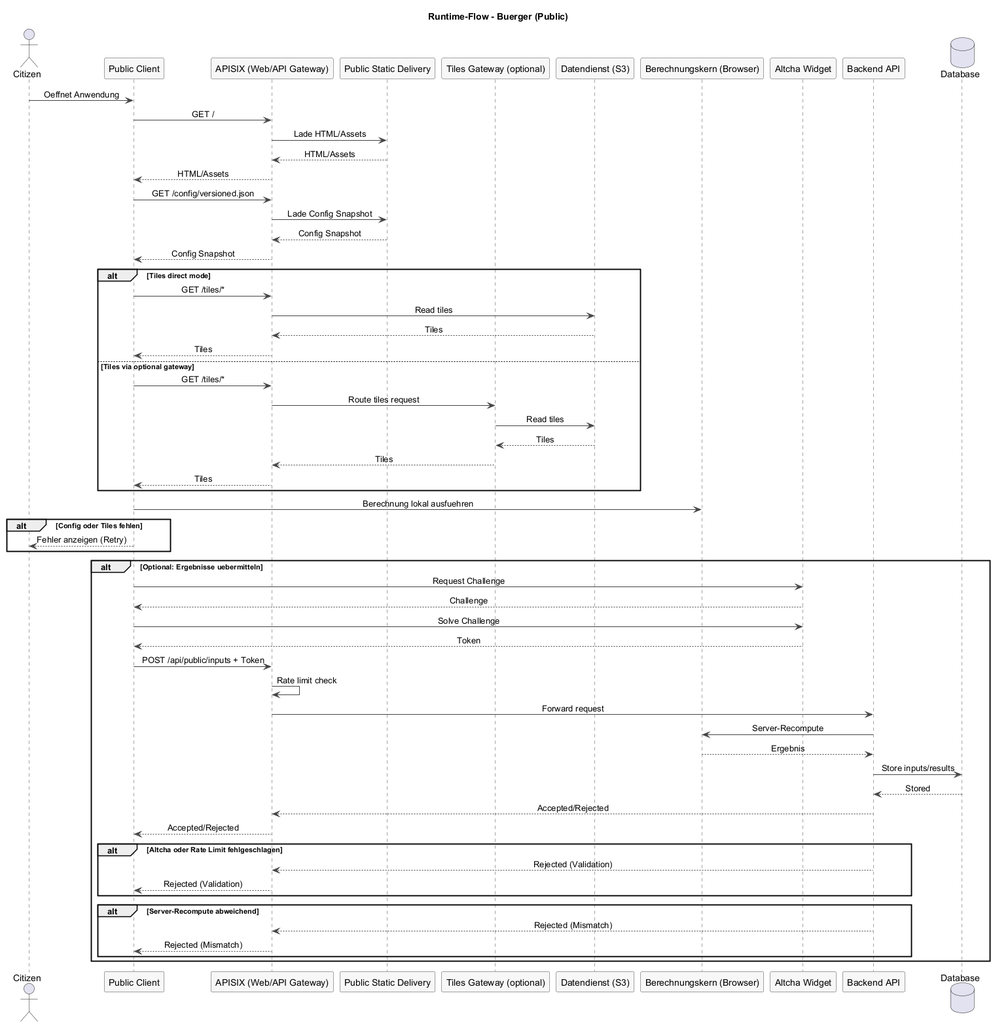
Above: docs/architecture/attachments/runtime-flow-public.png in csi-FOXBYTE/Regensburg_DigitalerEnergieZwilling_Backend (PlantUML), before the change.
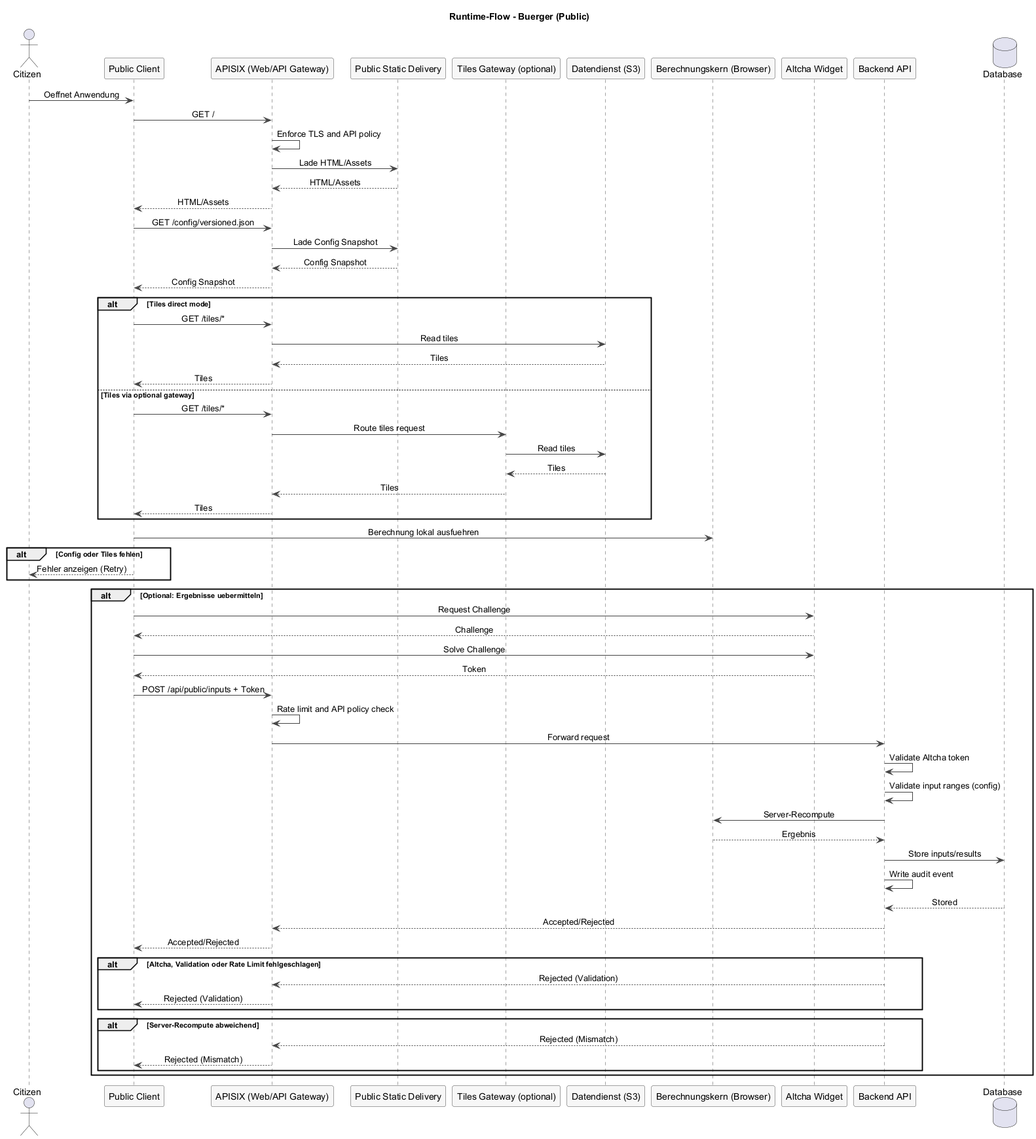
The same diagram one commit later.

Change to the diagram source:
```diff
@@ -25,6 +25,7 @@
 
 user -> client: Oeffnet Anwendung
 client -> gateway: GET /
+gateway -> gateway: Enforce TLS and API policy
 gateway -> public_static: Lade HTML/Assets
 public_static --> gateway: HTML/Assets
 gateway --> client: HTML/Assets
@@ -60,16 +61,19 @@
   client -> altcha: Solve Challenge
   altcha --> client: Token
   client -> gateway: POST /api/public/inputs + Token
-  gateway -> gateway: Rate limit check
+  gateway -> gateway: Rate limit and API policy check
   gateway -> api: Forward request
+  api -> api: Validate Altcha token
+  api -> api: Validate input ranges (config)
   api -> calc: Server-Recompute
   calc --> api: Ergebnis
   api -> db: Store inputs/results
+  api -> api: Write audit event
   db --> api: Stored
   api --> gateway: Accepted/Rejected
   gateway --> client: Accepted/Rejected
 
-  alt Altcha oder Rate Limit fehlgeschlagen
+  alt Altcha, Validation oder Rate Limit fehlgeschlagen
     api --> gateway: Rejected (Validation)
     gateway --> client: Rejected (Validation)
   end
```
